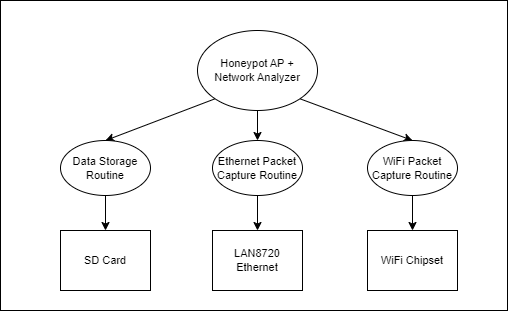
Before: Block Diagram.png, a diagram exported from draw.io (TARZH3N/pico-team20). Source tidied: cells renumbered, new cells last; positions are measured from the earlier drawing's top-left corner, leaving out a move shared by most shapes.
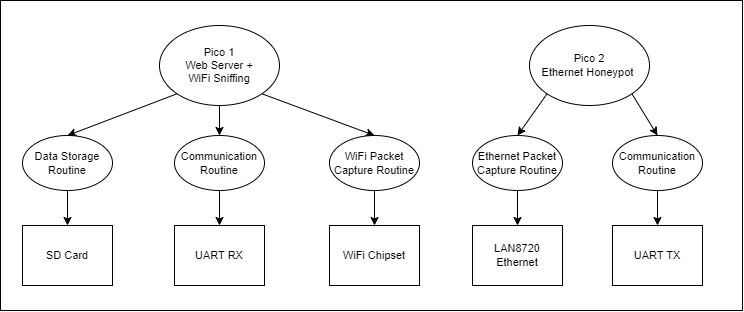
The same file after the commit.

Commit message:
updated block diagram

What changed in the source:
```diff
@@ -3,7 +3,7 @@
     <mxCell id="0" />
     <mxCell id="1" parent="0" />
     <mxCell id="2" style="rounded=0;whiteSpace=wrap;html=1;" parent="1" vertex="1">
-      <mxGeometry width="507" height="310" as="geometry" />
+      <mxGeometry x="38" y="5" width="742" height="310" as="geometry" />
     </mxCell>
     <mxCell id="3" style="rounded=0;jettySize=auto;html=1;entryX=0.5;entryY=0;entryDx=0;entryDy=0;exitX=0;exitY=1;exitDx=0;exitDy=0;fontSize=11;" parent="1" edge="1" source="6" target="11">
       <mxGeometry relative="1" as="geometry" />
@@ -14,10 +14,10 @@
     <mxCell id="5" style="rounded=0;jettySize=auto;html=1;exitX=1;exitY=1;exitDx=0;exitDy=0;entryX=0.5;entryY=0;entryDx=0;entryDy=0;fontSize=11;" parent="1" edge="1" source="6" target="15">
       <mxGeometry relative="1" as="geometry" />
     </mxCell>
-    <mxCell id="6" value="Honeypot AP + &lt;br&gt;Network Analyzer" style="ellipse;whiteSpace=wrap;html=1;fontSize=11;" parent="1" vertex="1">
+    <mxCell id="6" value="Pico 1&lt;br&gt;Web Server + &lt;br&gt;WiFi Sniffing" style="ellipse;whiteSpace=wrap;html=1;fontSize=11;" parent="1" vertex="1">
       <mxGeometry x="197" y="30" width="120" height="80" as="geometry" />
     </mxCell>
-    <mxCell id="7" value="LAN8720 Ethernet" style="rounded=0;whiteSpace=wrap;html=1;fontSize=11;" parent="1" vertex="1">
+    <mxCell id="7" value="UART RX" style="rounded=0;whiteSpace=wrap;html=1;fontSize=11;" parent="1" vertex="1">
       <mxGeometry x="212" y="230" width="90" height="60" as="geometry" />
     </mxCell>
     <mxCell id="8" value="SD Card" style="rounded=0;whiteSpace=wrap;html=1;fontSize=11;" parent="1" vertex="1">
@@ -35,7 +35,7 @@
     <mxCell id="12" style="edgeStyle=orthogonalEdgeStyle;rounded=0;jettySize=auto;html=1;exitX=0.5;exitY=1;exitDx=0;exitDy=0;entryX=0.5;entryY=0;entryDx=0;entryDy=0;fontSize=11;" parent="1" edge="1" source="13" target="7">
       <mxGeometry relative="1" as="geometry" />
     </mxCell>
-    <mxCell id="13" value="&lt;font style=&quot;font-size: 11px;&quot;&gt;Ethernet Packet Capture Routine&lt;/font&gt;" style="ellipse;whiteSpace=wrap;html=1;fontSize=11;" parent="1" vertex="1">
+    <mxCell id="13" value="&lt;font style=&quot;font-size: 11px;&quot;&gt;Communication Routine&lt;/font&gt;" style="ellipse;whiteSpace=wrap;html=1;fontSize=11;" parent="1" vertex="1">
       <mxGeometry x="212" y="140" width="90" height="55" as="geometry" />
     </mxCell>
     <mxCell id="14" style="edgeStyle=orthogonalEdgeStyle;rounded=0;jettySize=auto;html=1;exitX=0.5;exitY=1;exitDx=0;exitDy=0;entryX=0.5;entryY=0;entryDx=0;entryDy=0;fontSize=11;" parent="1" edge="1" source="15" target="9">
@@ -44,5 +44,32 @@
     <mxCell id="15" value="WiFi Packet Capture Routine" style="ellipse;whiteSpace=wrap;html=1;fontSize=11;" parent="1" vertex="1">
       <mxGeometry x="367" y="140" width="90" height="55" as="geometry" />
     </mxCell>
+    <mxCell id="16" style="rounded=0;jettySize=auto;html=1;exitX=0;exitY=1;exitDx=0;exitDy=0;entryX=0.5;entryY=0;entryDx=0;entryDy=0;fontSize=11;" parent="1" edge="1" source="18" target="22">
+      <mxGeometry relative="1" as="geometry" />
+    </mxCell>
+    <mxCell id="17" style="rounded=0;jettySize=auto;html=1;exitX=1;exitY=1;exitDx=0;exitDy=0;entryX=0.5;entryY=0;entryDx=0;entryDy=0;fontSize=11;" parent="1" edge="1" source="18" target="24">
+      <mxGeometry relative="1" as="geometry" />
+    </mxCell>
+    <mxCell id="18" value="Pico 2&lt;br&gt;Ethernet Honeypot&amp;nbsp;" style="ellipse;whiteSpace=wrap;html=1;fontSize=11;" parent="1" vertex="1">
+      <mxGeometry x="567" y="30" width="120" height="80" as="geometry" />
+    </mxCell>
+    <mxCell id="19" value="LAN8720 Ethernet" style="rounded=0;whiteSpace=wrap;html=1;fontSize=11;" parent="1" vertex="1">
+      <mxGeometry x="510" y="230" width="90" height="60" as="geometry" />
+    </mxCell>
+    <mxCell id="20" value="UART TX" style="rounded=0;whiteSpace=wrap;html=1;fontSize=11;" parent="1" vertex="1">
+      <mxGeometry x="650" y="230" width="90" height="60" as="geometry" />
+    </mxCell>
+    <mxCell id="21" style="edgeStyle=orthogonalEdgeStyle;rounded=0;jettySize=auto;html=1;exitX=0.5;exitY=1;exitDx=0;exitDy=0;entryX=0.5;entryY=0;entryDx=0;entryDy=0;fontSize=11;" parent="1" edge="1" source="22" target="19">
+      <mxGeometry relative="1" as="geometry" />
+    </mxCell>
+    <mxCell id="22" value="&lt;font style=&quot;font-size: 11px;&quot;&gt;Ethernet Packet Capture Routine&lt;/font&gt;" style="ellipse;whiteSpace=wrap;html=1;fontSize=11;" parent="1" vertex="1">
+      <mxGeometry x="510" y="140" width="90" height="55" as="geometry" />
+    </mxCell>
+    <mxCell id="23" style="edgeStyle=orthogonalEdgeStyle;rounded=0;jettySize=auto;html=1;exitX=0.5;exitY=1;exitDx=0;exitDy=0;entryX=0.5;entryY=0;entryDx=0;entryDy=0;fontSize=11;" parent="1" edge="1" source="24" target="20">
+      <mxGeometry relative="1" as="geometry" />
+    </mxCell>
+    <mxCell id="24" value="Communication Routine" style="ellipse;whiteSpace=wrap;html=1;fontSize=11;" parent="1" vertex="1">
+      <mxGeometry x="650" y="140" width="90" height="55" as="geometry" />
+    </mxCell>
   </root>
 </mxGraphModel>
```
